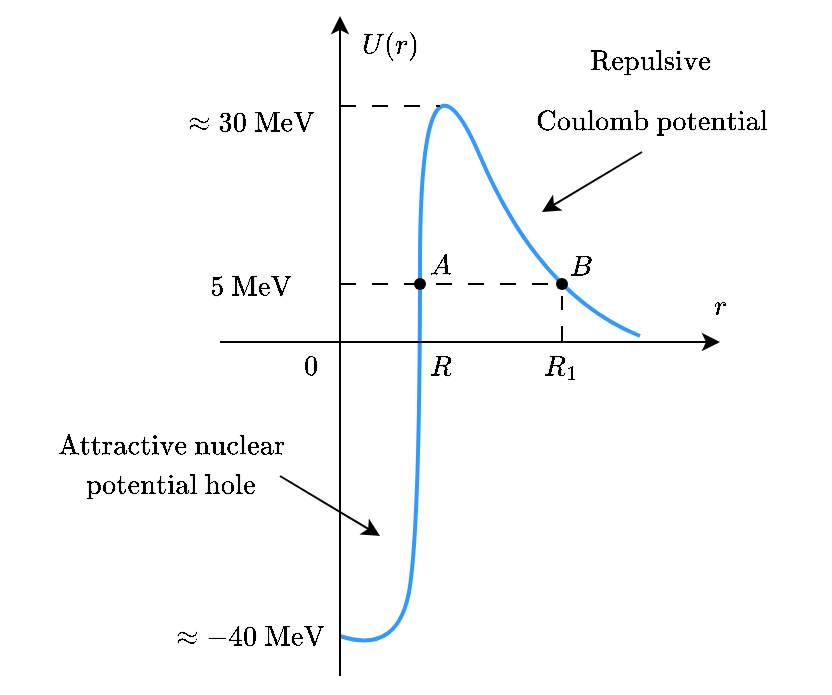
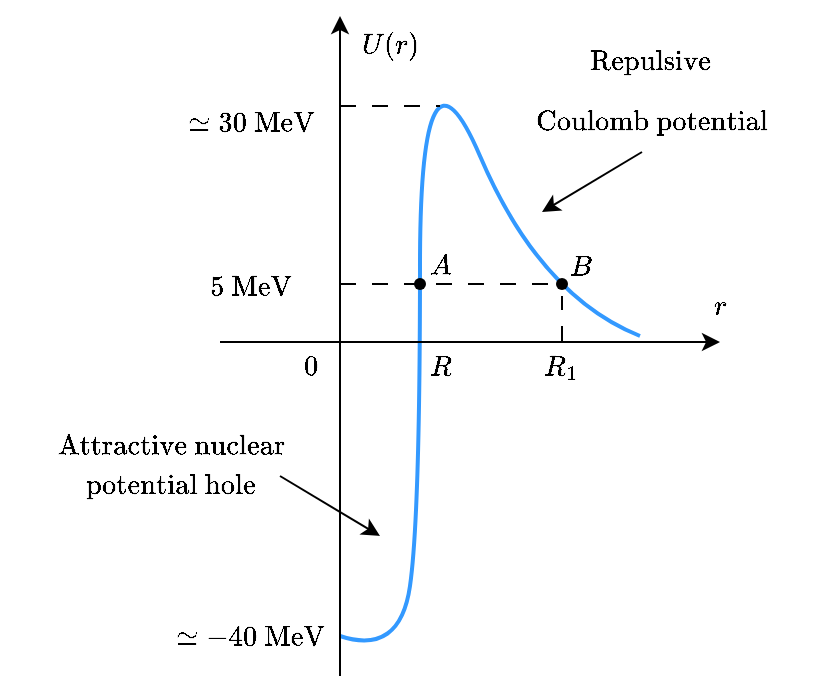
<mxfile host="Electron" agent="Mozilla/5.0 (Windows NT 10.0; Win64; x64) AppleWebKit/537.36 (KHTML, like Gecko) draw.io/26.2.2 Chrome/134.0.6998.178 Electron/35.1.2 Safari/537.36" version="26.2.2">
  <diagram name="Pagina-1" id="8z8eIJvoxTrFj3svnl3N">
    <mxGraphModel dx="985" dy="580" grid="1" gridSize="10" guides="1" tooltips="1" connect="1" arrows="1" fold="1" page="1" pageScale="1" pageWidth="827" pageHeight="1169" math="1" shadow="0">
      <root>
        <mxCell id="0" />
        <mxCell id="1" parent="0" />
        <mxCell id="wM5ESibL7Er5MMFptwoH-3" value="" style="endArrow=none;html=1;rounded=0;strokeWidth=2;strokeColor=#3399FF;curved=1;" edge="1" parent="1">
          <mxGeometry width="50" height="50" relative="1" as="geometry">
            <mxPoint x="280" y="510" as="sourcePoint" />
            <mxPoint x="430" y="360" as="targetPoint" />
            <Array as="points">
              <mxPoint x="310" y="520" />
              <mxPoint x="320" y="450" />
              <mxPoint x="320" y="200" />
              <mxPoint x="380" y="340" />
            </Array>
          </mxGeometry>
        </mxCell>
        <mxCell id="wM5ESibL7Er5MMFptwoH-5" value="" style="endArrow=classic;html=1;rounded=0;" edge="1" parent="1">
          <mxGeometry width="50" height="50" relative="1" as="geometry">
            <mxPoint x="220" y="363" as="sourcePoint" />
            <mxPoint x="470" y="363" as="targetPoint" />
          </mxGeometry>
        </mxCell>
        <mxCell id="wM5ESibL7Er5MMFptwoH-6" value="" style="endArrow=classic;html=1;rounded=0;" edge="1" parent="1">
          <mxGeometry width="50" height="50" relative="1" as="geometry">
            <mxPoint x="280" y="530" as="sourcePoint" />
            <mxPoint x="280" y="200" as="targetPoint" />
          </mxGeometry>
        </mxCell>
        <mxCell id="wM5ESibL7Er5MMFptwoH-7" value="$$U(r)$$" style="text;html=1;align=center;verticalAlign=middle;resizable=0;points=[];autosize=1;strokeColor=none;fillColor=none;" vertex="1" parent="1">
          <mxGeometry x="270" y="200" width="70" height="30" as="geometry" />
        </mxCell>
-         <mxCell id="wM5ESibL7Er5MMFptwoH-8" value="$$\approx 30 \text{ MeV}$$" style="text;html=1;align=center;verticalAlign=middle;resizable=0;points=[];autosize=1;strokeColor=none;fillColor=none;" vertex="1" parent="1">
+         <mxCell id="wM5ESibL7Er5MMFptwoH-8" value="$$\simeq 30 \text{ MeV}$$" style="text;html=1;align=center;verticalAlign=middle;resizable=0;points=[];autosize=1;strokeColor=none;fillColor=none;" vertex="1" parent="1">
          <mxGeometry x="150" y="238" width="170" height="30" as="geometry" />
        </mxCell>
        <mxCell id="wM5ESibL7Er5MMFptwoH-9" value="$$5 \text{ MeV}$$" style="text;html=1;align=center;verticalAlign=middle;resizable=0;points=[];autosize=1;strokeColor=none;fillColor=none;" vertex="1" parent="1">
          <mxGeometry x="175" y="320" width="120" height="30" as="geometry" />
        </mxCell>
-         <mxCell id="wM5ESibL7Er5MMFptwoH-10" value="$$\approx -40 \text{ MeV}$$" style="text;html=1;align=center;verticalAlign=middle;resizable=0;points=[];autosize=1;strokeColor=none;fillColor=none;" vertex="1" parent="1">
+         <mxCell id="wM5ESibL7Er5MMFptwoH-10" value="$$\simeq -40 \text{ MeV}$$" style="text;html=1;align=center;verticalAlign=middle;resizable=0;points=[];autosize=1;strokeColor=none;fillColor=none;" vertex="1" parent="1">
          <mxGeometry x="150" y="495" width="170" height="30" as="geometry" />
        </mxCell>
        <mxCell id="wM5ESibL7Er5MMFptwoH-11" value="$$0$$" style="text;html=1;align=center;verticalAlign=middle;resizable=0;points=[];autosize=1;strokeColor=none;fillColor=none;" vertex="1" parent="1">
          <mxGeometry x="235" y="360" width="60" height="30" as="geometry" />
        </mxCell>
        <mxCell id="wM5ESibL7Er5MMFptwoH-12" value="$$R$$" style="text;html=1;align=center;verticalAlign=middle;resizable=0;points=[];autosize=1;strokeColor=none;fillColor=none;" vertex="1" parent="1">
          <mxGeometry x="300" y="360" width="60" height="30" as="geometry" />
        </mxCell>
        <mxCell id="wM5ESibL7Er5MMFptwoH-14" value="$$R_1$$" style="text;html=1;align=center;verticalAlign=middle;resizable=0;points=[];autosize=1;strokeColor=none;fillColor=none;" vertex="1" parent="1">
          <mxGeometry x="355" y="360" width="70" height="30" as="geometry" />
        </mxCell>
        <mxCell id="wM5ESibL7Er5MMFptwoH-15" value="$$r$$" style="text;html=1;align=center;verticalAlign=middle;resizable=0;points=[];autosize=1;strokeColor=none;fillColor=none;" vertex="1" parent="1">
          <mxGeometry x="445" y="330" width="50" height="30" as="geometry" />
        </mxCell>
        <mxCell id="wM5ESibL7Er5MMFptwoH-16" value="" style="endArrow=none;html=1;rounded=0;dashed=1;dashPattern=8 8;" edge="1" parent="1">
          <mxGeometry width="50" height="50" relative="1" as="geometry">
            <mxPoint x="280" y="334" as="sourcePoint" />
            <mxPoint x="390" y="334" as="targetPoint" />
          </mxGeometry>
        </mxCell>
        <mxCell id="wM5ESibL7Er5MMFptwoH-17" value="" style="endArrow=none;html=1;rounded=0;dashed=1;dashPattern=8 8;" edge="1" parent="1">
          <mxGeometry width="50" height="50" relative="1" as="geometry">
            <mxPoint x="391" y="363" as="sourcePoint" />
            <mxPoint x="391" y="340" as="targetPoint" />
          </mxGeometry>
        </mxCell>
        <mxCell id="wM5ESibL7Er5MMFptwoH-18" value="" style="endArrow=none;html=1;rounded=0;dashed=1;dashPattern=8 8;" edge="1" parent="1">
          <mxGeometry width="50" height="50" relative="1" as="geometry">
            <mxPoint x="280" y="245" as="sourcePoint" />
            <mxPoint x="330" y="245" as="targetPoint" />
          </mxGeometry>
        </mxCell>
        <mxCell id="wM5ESibL7Er5MMFptwoH-19" value="$$A$$" style="text;html=1;align=center;verticalAlign=middle;resizable=0;points=[];autosize=1;strokeColor=none;fillColor=none;" vertex="1" parent="1">
          <mxGeometry x="300" y="310" width="60" height="30" as="geometry" />
        </mxCell>
        <mxCell id="wM5ESibL7Er5MMFptwoH-20" value="$$B$$" style="text;html=1;align=center;verticalAlign=middle;resizable=0;points=[];autosize=1;strokeColor=none;fillColor=none;" vertex="1" parent="1">
          <mxGeometry x="370" y="310" width="60" height="30" as="geometry" />
        </mxCell>
        <mxCell id="wM5ESibL7Er5MMFptwoH-21" value="" style="shape=waypoint;sketch=0;size=6;pointerEvents=1;points=[];fillColor=none;resizable=0;rotatable=0;perimeter=centerPerimeter;snapToPoint=1;" vertex="1" parent="1">
          <mxGeometry x="381" y="324" width="20" height="20" as="geometry" />
        </mxCell>
        <mxCell id="wM5ESibL7Er5MMFptwoH-22" value="" style="shape=waypoint;sketch=0;size=6;pointerEvents=1;points=[];fillColor=none;resizable=0;rotatable=0;perimeter=centerPerimeter;snapToPoint=1;" vertex="1" parent="1">
          <mxGeometry x="310" y="324" width="20" height="20" as="geometry" />
        </mxCell>
        <mxCell id="wM5ESibL7Er5MMFptwoH-23" value="$$\text{potential hole}$$" style="text;html=1;align=center;verticalAlign=middle;resizable=0;points=[];autosize=1;strokeColor=none;fillColor=none;" vertex="1" parent="1">
          <mxGeometry x="120" y="420" width="150" height="30" as="geometry" />
        </mxCell>
        <mxCell id="wM5ESibL7Er5MMFptwoH-24" value="$$\text{Attractive nuclear}$$" style="text;html=1;align=center;verticalAlign=middle;resizable=0;points=[];autosize=1;strokeColor=none;fillColor=none;" vertex="1" parent="1">
          <mxGeometry x="110" y="400" width="170" height="30" as="geometry" />
        </mxCell>
        <mxCell id="wM5ESibL7Er5MMFptwoH-25" value="" style="endArrow=classic;html=1;rounded=0;" edge="1" parent="1">
          <mxGeometry width="50" height="50" relative="1" as="geometry">
            <mxPoint x="250" y="430" as="sourcePoint" />
            <mxPoint x="300" y="460" as="targetPoint" />
          </mxGeometry>
        </mxCell>
        <mxCell id="wM5ESibL7Er5MMFptwoH-26" value="$$\text{Repulsive}$$" style="text;html=1;align=center;verticalAlign=middle;resizable=0;points=[];autosize=1;strokeColor=none;fillColor=none;" vertex="1" parent="1">
          <mxGeometry x="370" y="208" width="130" height="30" as="geometry" />
        </mxCell>
        <mxCell id="wM5ESibL7Er5MMFptwoH-27" value="$$\text{Coulomb potential}$$" style="text;html=1;align=center;verticalAlign=middle;resizable=0;points=[];autosize=1;strokeColor=none;fillColor=none;" vertex="1" parent="1">
          <mxGeometry x="345" y="238" width="180" height="30" as="geometry" />
        </mxCell>
        <mxCell id="wM5ESibL7Er5MMFptwoH-28" value="" style="endArrow=classic;html=1;rounded=0;" edge="1" parent="1">
          <mxGeometry width="50" height="50" relative="1" as="geometry">
            <mxPoint x="431" y="268" as="sourcePoint" />
            <mxPoint x="381" y="298" as="targetPoint" />
          </mxGeometry>
        </mxCell>
      </root>
    </mxGraphModel>
  </diagram>
</mxfile>
